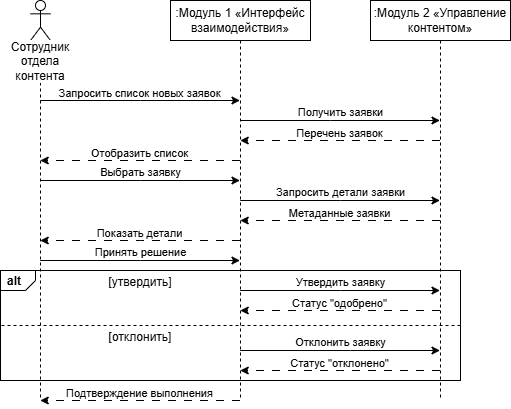
This is 6 семестр/Автоматизированные системы управление элементами промышленных и административных объектов/Практическая работа №4/Процесс2.drawio.png from Hohrandrey/RTU_MIREA_2023-2027, a draw.io export, as it was before one commit. Source tidied: cells renumbered, new cells last; positions are measured from the earlier drawing's top-left corner, leaving out a move shared by most shapes.
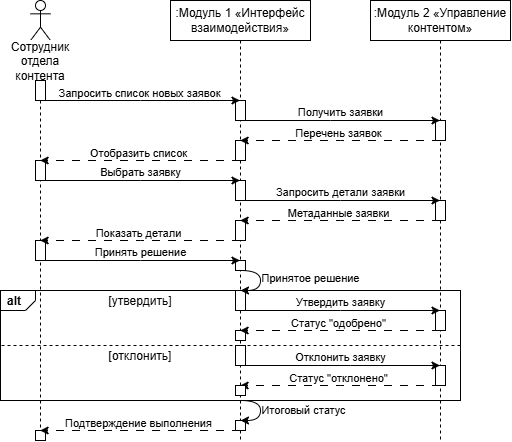
The same file after the commit.

Change to the diagram source:
```diff
@@ -3,71 +3,86 @@
     <mxCell id="0" />
     <mxCell id="1" parent="0" />
     <mxCell id="2" value="alt" style="strokeColor=inherit;fillColor=inherit;gradientColor=inherit;html=1;shape=mxgraph.sysml.package;labelX=35;fontStyle=1;align=left;verticalAlign=top;spacingLeft=5;spacingTop=-3;" parent="1" vertex="1">
-      <mxGeometry y="270" width="460" height="110" as="geometry" />
+      <mxGeometry y="290" width="460" height="110" as="geometry" />
     </mxCell>
     <mxCell id="3" style="shape=umlLifeline;perimeter=lifelinePerimeter;whiteSpace=wrap;html=1;outlineConnect=0;portConstraint=eastwest;newEdgeStyle={&quot;curved&quot;:0,&quot;rounded&quot;:0};participant=umlActor;" parent="1" vertex="1">
-      <mxGeometry x="30" width="20" height="400" as="geometry" />
+      <mxGeometry x="30" width="20" height="440" as="geometry" />
     </mxCell>
     <mxCell id="4" value="Сотрудник&lt;div&gt;отдела контента&lt;/div&gt;" style="text;html=1;whiteSpace=wrap;strokeColor=none;fillColor=none;align=center;verticalAlign=middle;rounded=0;labelBackgroundColor=default;" parent="1" vertex="1">
       <mxGeometry x="10" y="46" width="60" height="30" as="geometry" />
     </mxCell>
     <mxCell id="5" value=":Модуль 1 «Интерфейс взаимодействия»" style="shape=umlLifeline;perimeter=lifelinePerimeter;whiteSpace=wrap;html=1;outlineConnect=0;portConstraint=eastwest;newEdgeStyle={&quot;curved&quot;:0,&quot;rounded&quot;:0};" parent="1" vertex="1">
-      <mxGeometry x="170" width="140" height="400" as="geometry" />
+      <mxGeometry x="170" width="140" height="440" as="geometry" />
     </mxCell>
     <mxCell id="6" value=":Модуль 2 «Управление контентом»" style="shape=umlLifeline;perimeter=lifelinePerimeter;whiteSpace=wrap;html=1;outlineConnect=0;portConstraint=eastwest;newEdgeStyle={&quot;curved&quot;:0,&quot;rounded&quot;:0};" parent="1" vertex="1">
-      <mxGeometry x="370" width="140" height="400" as="geometry" />
+      <mxGeometry x="370" width="140" height="440" as="geometry" />
     </mxCell>
-    <mxCell id="7" style="rounded=0;jettySize=auto;html=1;edgeStyle=orthogonalEdgeStyle;" parent="1" edge="1" source="3" target="5">
-      <mxGeometry relative="1" as="geometry">
-        <Array as="points">
-          <mxPoint x="140" y="100" />
-          <mxPoint x="140" y="100" />
-        </Array>
-      </mxGeometry>
-    </mxCell>
-    <mxCell id="8" value="Запросить список новых заявок" style="edgeLabel;html=1;align=center;verticalAlign=middle;labelBackgroundColor=none;" parent="7" vertex="1">
-      <mxGeometry x="-0.34" relative="1" as="geometry">
-        <mxPoint x="33" y="-7" as="offset" />
-      </mxGeometry>
-    </mxCell>
-    <mxCell id="9" style="edgeStyle=orthogonalEdgeStyle;rounded=0;jettySize=auto;html=1;" parent="1" edge="1" source="5" target="6">
-      <mxGeometry relative="1" as="geometry">
-        <Array as="points">
-          <mxPoint x="330" y="120" />
-          <mxPoint x="330" y="120" />
-        </Array>
-      </mxGeometry>
-    </mxCell>
-    <mxCell id="10" value="Получить заявки" style="edgeLabel;html=1;align=center;verticalAlign=middle;labelBackgroundColor=none;" parent="9" vertex="1">
-      <mxGeometry x="-0.05" y="-1" relative="1" as="geometry">
-        <mxPoint x="5" y="-9" as="offset" />
-      </mxGeometry>
-    </mxCell>
-    <mxCell id="11" style="edgeStyle=orthogonalEdgeStyle;rounded=0;jettySize=auto;html=1;dashed=1;dashPattern=8 8;" parent="1" edge="1" source="6" target="5">
-      <mxGeometry relative="1" as="geometry">
-        <Array as="points">
-          <mxPoint x="340" y="140" />
-          <mxPoint x="340" y="140" />
-        </Array>
-      </mxGeometry>
-    </mxCell>
-    <mxCell id="12" value="Перечень заявок" style="edgeLabel;html=1;align=center;verticalAlign=middle;labelBackgroundColor=none;" parent="11" vertex="1">
-      <mxGeometry x="0.26" y="1" relative="1" as="geometry">
-        <mxPoint x="24" y="-8" as="offset" />
-      </mxGeometry>
-    </mxCell>
     <mxCell id="13" value="[утвердить]" style="text;html=1;whiteSpace=wrap;strokeColor=none;fillColor=none;align=center;verticalAlign=middle;rounded=0;" parent="1" vertex="1">
-      <mxGeometry x="40" y="270" width="200" height="23" as="geometry" />
+      <mxGeometry x="40" y="290" width="200" height="23" as="geometry" />
     </mxCell>
     <mxCell id="14" value="[отклонить]" style="text;html=1;whiteSpace=wrap;strokeColor=none;fillColor=none;align=center;verticalAlign=middle;rounded=0;" parent="1" vertex="1">
-      <mxGeometry x="40" y="325" width="200" height="23" as="geometry" />
+      <mxGeometry x="40" y="345" width="200" height="23" as="geometry" />
     </mxCell>
     <mxCell id="15" style="strokeColor=inherit;fillColor=inherit;gradientColor=inherit;endArrow=none;html=1;edgeStyle=orthogonalEdgeStyle;dashed=1;rounded=0;" parent="1" edge="1">
       <mxGeometry relative="1" as="geometry">
-        <mxPoint x="460" y="325" as="sourcePoint" />
-        <mxPoint y="325" as="targetPoint" />
+        <mxPoint x="460" y="345" as="sourcePoint" />
+        <mxPoint y="345" as="targetPoint" />
       </mxGeometry>
     </mxCell>
+    <mxCell id="38" style="whiteSpace=wrap;html=1;" parent="1" vertex="1">
+      <mxGeometry x="35" y="80" width="10" height="20" as="geometry" />
+    </mxCell>
+    <mxCell id="39" style="whiteSpace=wrap;html=1;" parent="1" vertex="1">
+      <mxGeometry x="235" y="100" width="10" height="20" as="geometry" />
+    </mxCell>
+    <mxCell id="7" style="rounded=0;jettySize=auto;html=1;edgeStyle=orthogonalEdgeStyle;" parent="1" edge="1" source="3" target="5">
+      <mxGeometry relative="1" as="geometry">
+        <Array as="points">
+          <mxPoint x="140" y="100" />
+          <mxPoint x="140" y="100" />
+        </Array>
+      </mxGeometry>
+    </mxCell>
+    <mxCell id="8" value="Запросить список новых заявок" style="edgeLabel;html=1;align=center;verticalAlign=middle;labelBackgroundColor=none;" parent="7" vertex="1">
+      <mxGeometry x="-0.34" relative="1" as="geometry">
+        <mxPoint x="33" y="-7" as="offset" />
+      </mxGeometry>
+    </mxCell>
+    <mxCell id="40" style="whiteSpace=wrap;html=1;" parent="1" vertex="1">
+      <mxGeometry x="435" y="120" width="10" height="20" as="geometry" />
+    </mxCell>
+    <mxCell id="9" style="edgeStyle=orthogonalEdgeStyle;rounded=0;jettySize=auto;html=1;" parent="1" edge="1" source="5" target="6">
+      <mxGeometry relative="1" as="geometry">
+        <Array as="points">
+          <mxPoint x="330" y="120" />
+          <mxPoint x="330" y="120" />
+        </Array>
+      </mxGeometry>
+    </mxCell>
+    <mxCell id="10" value="Получить заявки" style="edgeLabel;html=1;align=center;verticalAlign=middle;labelBackgroundColor=none;" parent="9" vertex="1">
+      <mxGeometry x="-0.05" y="-1" relative="1" as="geometry">
+        <mxPoint x="5" y="-9" as="offset" />
+      </mxGeometry>
+    </mxCell>
+    <mxCell id="41" style="whiteSpace=wrap;html=1;" parent="1" vertex="1">
+      <mxGeometry x="235" y="140" width="10" height="20" as="geometry" />
+    </mxCell>
+    <mxCell id="11" style="edgeStyle=orthogonalEdgeStyle;rounded=0;jettySize=auto;html=1;dashed=1;dashPattern=8 8;" parent="1" edge="1" source="6" target="5">
+      <mxGeometry relative="1" as="geometry">
+        <Array as="points">
+          <mxPoint x="340" y="140" />
+          <mxPoint x="340" y="140" />
+        </Array>
+      </mxGeometry>
+    </mxCell>
+    <mxCell id="12" value="Перечень заявок" style="edgeLabel;html=1;align=center;verticalAlign=middle;labelBackgroundColor=none;" parent="11" vertex="1">
+      <mxGeometry x="0.26" y="1" relative="1" as="geometry">
+        <mxPoint x="24" y="-8" as="offset" />
+      </mxGeometry>
+    </mxCell>
+    <mxCell id="42" style="whiteSpace=wrap;html=1;" parent="1" vertex="1">
+      <mxGeometry x="35" y="160" width="10" height="20" as="geometry" />
+    </mxCell>
     <mxCell id="16" style="edgeStyle=orthogonalEdgeStyle;rounded=0;jettySize=auto;html=1;dashed=1;dashPattern=8 8;" parent="1" edge="1" source="5" target="3">
       <mxGeometry relative="1" as="geometry">
         <Array as="points">
@@ -81,6 +96,9 @@
         <mxPoint x="24" y="-8" as="offset" />
       </mxGeometry>
     </mxCell>
+    <mxCell id="43" style="whiteSpace=wrap;html=1;" parent="1" vertex="1">
+      <mxGeometry x="235" y="180" width="10" height="20" as="geometry" />
+    </mxCell>
     <mxCell id="18" style="edgeStyle=orthogonalEdgeStyle;rounded=0;jettySize=auto;html=1;" parent="1" edge="1" source="3" target="5">
       <mxGeometry relative="1" as="geometry">
         <Array as="points">
@@ -94,6 +112,9 @@
         <mxPoint x="5" y="-9" as="offset" />
       </mxGeometry>
     </mxCell>
+    <mxCell id="44" style="whiteSpace=wrap;html=1;" parent="1" vertex="1">
+      <mxGeometry x="435" y="200" width="10" height="20" as="geometry" />
+    </mxCell>
     <mxCell id="20" style="edgeStyle=orthogonalEdgeStyle;rounded=0;jettySize=auto;html=1;" parent="1" edge="1" source="5" target="6">
       <mxGeometry relative="1" as="geometry">
         <Array as="points">
@@ -107,6 +128,9 @@
         <mxPoint x="5" y="-9" as="offset" />
       </mxGeometry>
     </mxCell>
+    <mxCell id="45" style="whiteSpace=wrap;html=1;" parent="1" vertex="1">
+      <mxGeometry x="235" y="220" width="10" height="20" as="geometry" />
+    </mxCell>
     <mxCell id="22" style="edgeStyle=orthogonalEdgeStyle;rounded=0;jettySize=auto;html=1;dashed=1;dashPattern=8 8;" parent="1" edge="1" source="6" target="5">
       <mxGeometry relative="1" as="geometry">
         <Array as="points">
@@ -120,6 +144,9 @@
         <mxPoint x="24" y="-8" as="offset" />
       </mxGeometry>
     </mxCell>
+    <mxCell id="46" style="whiteSpace=wrap;html=1;" parent="1" vertex="1">
+      <mxGeometry x="35" y="240" width="10" height="20" as="geometry" />
+    </mxCell>
     <mxCell id="24" style="edgeStyle=orthogonalEdgeStyle;rounded=0;jettySize=auto;html=1;dashed=1;dashPattern=8 8;" parent="1" edge="1" source="5" target="3">
       <mxGeometry relative="1" as="geometry">
         <Array as="points">
@@ -133,6 +160,9 @@
         <mxPoint x="24" y="-8" as="offset" />
       </mxGeometry>
     </mxCell>
+    <mxCell id="47" style="whiteSpace=wrap;html=1;" parent="1" vertex="1">
+      <mxGeometry x="235" y="260" width="10" height="10" as="geometry" />
+    </mxCell>
     <mxCell id="26" style="edgeStyle=orthogonalEdgeStyle;rounded=0;jettySize=auto;html=1;" parent="1" edge="1" source="3" target="5">
       <mxGeometry relative="1" as="geometry">
         <Array as="points">
@@ -146,11 +176,37 @@
         <mxPoint x="5" y="-9" as="offset" />
       </mxGeometry>
     </mxCell>
+    <mxCell id="48" style="whiteSpace=wrap;html=1;" parent="1" vertex="1">
+      <mxGeometry x="235" y="290" width="10" height="20" as="geometry" />
+    </mxCell>
+    <mxCell id="49" style="whiteSpace=wrap;html=1;" parent="1" vertex="1">
+      <mxGeometry x="435" y="310" width="10" height="20" as="geometry" />
+    </mxCell>
+    <mxCell id="50" style="whiteSpace=wrap;html=1;" parent="1" vertex="1">
+      <mxGeometry x="235" y="330" width="10" height="10" as="geometry" />
+    </mxCell>
+    <mxCell id="30" style="edgeStyle=orthogonalEdgeStyle;rounded=0;orthogonalLoop=1;jettySize=auto;html=1;dashed=1;dashPattern=8 8;" parent="1" edge="1">
+      <mxGeometry relative="1" as="geometry">
+        <mxPoint x="439.5" y="330" as="sourcePoint" />
+        <mxPoint x="239.6" y="330" as="targetPoint" />
+        <Array as="points">
+          <mxPoint x="330" y="330" />
+          <mxPoint x="330" y="330" />
+        </Array>
+      </mxGeometry>
+    </mxCell>
+    <mxCell id="31" value="&lt;div&gt;Статус &quot;одобрено&quot;&lt;/div&gt;" style="edgeLabel;html=1;align=center;verticalAlign=middle;labelBackgroundColor=none;" parent="30" vertex="1">
+      <mxGeometry x="0.26" y="1" relative="1" as="geometry">
+        <mxPoint x="24" y="-8" as="offset" />
+      </mxGeometry>
+    </mxCell>
-    <mxCell id="28" style="edgeStyle=orthogonalEdgeStyle;rounded=0;jettySize=auto;html=1;" parent="1" edge="1" source="5" target="6">
+    <mxCell id="28" style="edgeStyle=orthogonalEdgeStyle;rounded=0;orthogonalLoop=1;jettySize=auto;html=1;" parent="1" edge="1">
       <mxGeometry relative="1" as="geometry">
+        <mxPoint x="239.6" y="310" as="sourcePoint" />
+        <mxPoint x="439.5" y="310" as="targetPoint" />
         <Array as="points">
-          <mxPoint x="340" y="290" />
-          <mxPoint x="340" y="290" />
+          <mxPoint x="340" y="310" />
+          <mxPoint x="340" y="310" />
         </Array>
       </mxGeometry>
     </mxCell>
@@ -159,24 +215,32 @@
         <mxPoint x="5" y="-9" as="offset" />
       </mxGeometry>
     </mxCell>
-    <mxCell id="30" style="edgeStyle=orthogonalEdgeStyle;rounded=0;jettySize=auto;html=1;dashed=1;dashPattern=8 8;" parent="1" edge="1" source="6" target="5">
-      <mxGeometry relative="1" as="geometry">
-        <Array as="points">
-          <mxPoint x="330" y="310" />
-          <mxPoint x="330" y="310" />
-        </Array>
-      </mxGeometry>
-    </mxCell>
-    <mxCell id="31" value="&lt;div&gt;Статус &quot;одобрено&quot;&lt;/div&gt;" style="edgeLabel;html=1;align=center;verticalAlign=middle;labelBackgroundColor=none;" parent="30" vertex="1">
-      <mxGeometry x="0.26" y="1" relative="1" as="geometry">
-        <mxPoint x="24" y="-8" as="offset" />
-      </mxGeometry>
-    </mxCell>
+    <mxCell id="51" style="edgeStyle=orthogonalEdgeStyle;rounded=0;jettySize=auto;html=1;exitX=0.5;exitY=1;exitDx=0;exitDy=0;entryX=0.5;entryY=0;entryDx=0;entryDy=0;curved=1;" parent="1" edge="1" source="47" target="48">
+      <mxGeometry relative="1" as="geometry">
+        <Array as="points">
+          <mxPoint x="260" y="270" />
+          <mxPoint x="260" y="290" />
+        </Array>
+      </mxGeometry>
+    </mxCell>
+    <mxCell id="52" value="Принятое решение" style="edgeLabel;html=1;align=center;verticalAlign=middle;labelBackgroundColor=none;" parent="51" vertex="1">
+      <mxGeometry x="-0.18" y="-3" relative="1" as="geometry">
+        <mxPoint x="53" y="3" as="offset" />
+      </mxGeometry>
+    </mxCell>
+    <mxCell id="53" style="whiteSpace=wrap;html=1;" parent="1" vertex="1">
+      <mxGeometry x="235" y="345" width="10" height="20" as="geometry" />
+    </mxCell>
+    <mxCell id="54" style="whiteSpace=wrap;html=1;" parent="1" vertex="1">
+      <mxGeometry x="435" y="365" width="10" height="20" as="geometry" />
+    </mxCell>
-    <mxCell id="32" style="edgeStyle=orthogonalEdgeStyle;rounded=0;jettySize=auto;html=1;" parent="1" edge="1" source="5" target="6">
+    <mxCell id="32" style="edgeStyle=orthogonalEdgeStyle;rounded=0;orthogonalLoop=1;jettySize=auto;html=1;" parent="1" edge="1">
       <mxGeometry relative="1" as="geometry">
+        <mxPoint x="239.6" y="365" as="sourcePoint" />
+        <mxPoint x="439.5" y="365" as="targetPoint" />
         <Array as="points">
-          <mxPoint x="350" y="350" />
-          <mxPoint x="350" y="350" />
+          <mxPoint x="350" y="365" />
+          <mxPoint x="350" y="365" />
         </Array>
       </mxGeometry>
     </mxCell>
@@ -185,11 +249,13 @@
         <mxPoint x="5" y="-9" as="offset" />
       </mxGeometry>
     </mxCell>
-    <mxCell id="34" style="edgeStyle=orthogonalEdgeStyle;rounded=0;jettySize=auto;html=1;dashed=1;dashPattern=8 8;" parent="1" edge="1" source="6" target="5">
+    <mxCell id="34" style="edgeStyle=orthogonalEdgeStyle;rounded=0;orthogonalLoop=1;jettySize=auto;html=1;dashed=1;dashPattern=8 8;" parent="1" edge="1">
       <mxGeometry relative="1" as="geometry">
+        <mxPoint x="439.5" y="385" as="sourcePoint" />
+        <mxPoint x="239.6" y="385" as="targetPoint" />
         <Array as="points">
-          <mxPoint x="340" y="370" />
-          <mxPoint x="340" y="370" />
+          <mxPoint x="340" y="385" />
+          <mxPoint x="340" y="385" />
         </Array>
       </mxGeometry>
     </mxCell>
@@ -198,11 +264,36 @@
         <mxPoint x="24" y="-8" as="offset" />
       </mxGeometry>
     </mxCell>
+    <mxCell id="55" style="whiteSpace=wrap;html=1;" parent="1" vertex="1">
+      <mxGeometry x="235" y="420" width="10" height="10" as="geometry" />
+    </mxCell>
+    <mxCell id="56" style="whiteSpace=wrap;html=1;" parent="1" vertex="1">
+      <mxGeometry x="235" y="385" width="10" height="10" as="geometry" />
+    </mxCell>
+    <mxCell id="57" style="edgeStyle=orthogonalEdgeStyle;rounded=0;jettySize=auto;html=1;exitX=0.5;exitY=1;exitDx=0;exitDy=0;entryX=0.5;entryY=0;entryDx=0;entryDy=0;curved=1;" parent="1" edge="1" target="55">
+      <mxGeometry relative="1" as="geometry">
+        <mxPoint x="240" y="400" as="sourcePoint" />
+        <Array as="points">
+          <mxPoint x="260" y="400" />
+          <mxPoint x="260" y="420" />
+        </Array>
+      </mxGeometry>
+    </mxCell>
+    <mxCell id="58" value="Итоговый статус" style="edgeLabel;html=1;align=center;verticalAlign=middle;labelBackgroundColor=none;" parent="57" vertex="1">
+      <mxGeometry x="0.2" y="-2" relative="1" as="geometry">
+        <mxPoint x="45" y="-6" as="offset" />
+      </mxGeometry>
+    </mxCell>
+    <mxCell id="59" style="whiteSpace=wrap;html=1;" parent="1" vertex="1">
+      <mxGeometry x="35" y="430" width="10" height="10" as="geometry" />
+    </mxCell>
-    <mxCell id="36" style="edgeStyle=orthogonalEdgeStyle;rounded=0;jettySize=auto;html=1;dashed=1;dashPattern=8 8;" parent="1" edge="1" source="5" target="3">
+    <mxCell id="36" style="edgeStyle=orthogonalEdgeStyle;rounded=0;orthogonalLoop=1;jettySize=auto;html=1;dashed=1;dashPattern=8 8;" parent="1" edge="1">
       <mxGeometry relative="1" as="geometry">
+        <mxPoint x="239.5" y="430" as="sourcePoint" />
+        <mxPoint x="39.6" y="430" as="targetPoint" />
         <Array as="points">
-          <mxPoint x="160" y="400" />
-          <mxPoint x="160" y="400" />
+          <mxPoint x="160" y="430" />
+          <mxPoint x="160" y="430" />
         </Array>
       </mxGeometry>
     </mxCell>
```
